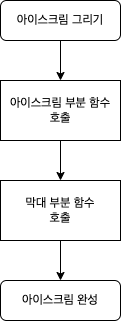
This is 순서도1.png from yagom-academy/swift-starter-Round1, a draw.io export, as it was before one commit. Source tidied: cells renumbered, new cells last; positions are measured from the earlier drawing's top-left corner, leaving out a move shared by most shapes. Source of this version:
```xml
<mxGraphModel>
  <root>
    <mxCell id="0" />
    <mxCell id="1" parent="0" />
    <mxCell id="2" style="edgeStyle=orthogonalEdgeStyle;rounded=0;jettySize=auto;html=1;" parent="1" edge="1" source="3" target="6">
      <mxGeometry relative="1" as="geometry" />
    </mxCell>
    <mxCell id="3" value="아이스크림 그리기" style="rounded=1;whiteSpace=wrap;html=1;fontSize=12;glass=0;strokeWidth=1;shadow=0;" parent="1" vertex="1">
      <mxGeometry width="120" height="40" as="geometry" />
    </mxCell>
    <mxCell id="4" value="아이스크림 완성" style="rounded=1;whiteSpace=wrap;html=1;fontSize=12;glass=0;strokeWidth=1;shadow=0;" parent="1" vertex="1">
      <mxGeometry y="280" width="120" height="40" as="geometry" />
    </mxCell>
    <mxCell id="5" style="edgeStyle=orthogonalEdgeStyle;rounded=0;jettySize=auto;html=1;" parent="1" edge="1" source="6" target="8">
      <mxGeometry relative="1" as="geometry" />
    </mxCell>
    <mxCell id="6" value="아이스크림 부분 함수&lt;br&gt;호출" style="whiteSpace=wrap;html=1;rounded=0;glass=0;strokeWidth=1;shadow=0;" parent="1" vertex="1">
      <mxGeometry y="80" width="120" height="60" as="geometry" />
    </mxCell>
    <mxCell id="7" style="edgeStyle=orthogonalEdgeStyle;rounded=0;jettySize=auto;html=1;" parent="1" edge="1" source="8" target="4">
      <mxGeometry relative="1" as="geometry" />
    </mxCell>
    <mxCell id="8" value="막대 부분 함수&lt;br&gt;호출" style="whiteSpace=wrap;html=1;rounded=0;glass=0;strokeWidth=1;shadow=0;" parent="1" vertex="1">
      <mxGeometry y="180" width="120" height="60" as="geometry" />
    </mxCell>
  </root>
</mxGraphModel>
```
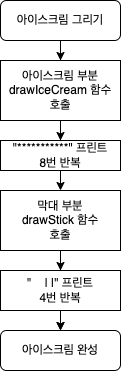
The same file after the commit.

Commit message:
docs: 순서도1.png 수정

The edit, as a diff of the source:
```diff
@@ -9,19 +9,34 @@
       <mxGeometry width="120" height="40" as="geometry" />
     </mxCell>
     <mxCell id="4" value="아이스크림 완성" style="rounded=1;whiteSpace=wrap;html=1;fontSize=12;glass=0;strokeWidth=1;shadow=0;" parent="1" vertex="1">
-      <mxGeometry y="280" width="120" height="40" as="geometry" />
+      <mxGeometry y="330" width="120" height="40" as="geometry" />
     </mxCell>
     <mxCell id="5" style="edgeStyle=orthogonalEdgeStyle;rounded=0;jettySize=auto;html=1;" parent="1" edge="1" source="6" target="8">
       <mxGeometry relative="1" as="geometry" />
     </mxCell>
+    <mxCell id="9" style="edgeStyle=orthogonalEdgeStyle;rounded=0;jettySize=auto;html=1;endArrow=classic;endFill=1;" parent="1" edge="1" source="6" target="12">
+      <mxGeometry relative="1" as="geometry" />
+    </mxCell>
-    <mxCell id="6" value="아이스크림 부분 함수&lt;br&gt;호출" style="whiteSpace=wrap;html=1;rounded=0;glass=0;strokeWidth=1;shadow=0;" parent="1" vertex="1">
-      <mxGeometry y="80" width="120" height="60" as="geometry" />
+    <mxCell id="6" value="아이스크림 부분&lt;br&gt;drawIceCream 함수&lt;br&gt;호출" style="whiteSpace=wrap;html=1;rounded=0;glass=0;strokeWidth=1;shadow=0;" parent="1" vertex="1">
+      <mxGeometry y="60" width="120" height="60" as="geometry" />
     </mxCell>
     <mxCell id="7" style="edgeStyle=orthogonalEdgeStyle;rounded=0;jettySize=auto;html=1;" parent="1" edge="1" source="8" target="4">
       <mxGeometry relative="1" as="geometry" />
     </mxCell>
+    <mxCell id="10" style="edgeStyle=orthogonalEdgeStyle;rounded=0;jettySize=auto;html=1;endArrow=classic;endFill=1;" parent="1" edge="1" source="8" target="13">
+      <mxGeometry relative="1" as="geometry" />
+    </mxCell>
+    <mxCell id="11" style="edgeStyle=orthogonalEdgeStyle;rounded=0;jettySize=auto;html=1;endArrow=classic;endFill=1;" parent="1" edge="1" source="8" target="4">
+      <mxGeometry relative="1" as="geometry" />
+    </mxCell>
-    <mxCell id="8" value="막대 부분 함수&lt;br&gt;호출" style="whiteSpace=wrap;html=1;rounded=0;glass=0;strokeWidth=1;shadow=0;" parent="1" vertex="1">
-      <mxGeometry y="180" width="120" height="60" as="geometry" />
+    <mxCell id="8" value="막대 부분&lt;br&gt;drawStick 함수&lt;br&gt;호출" style="whiteSpace=wrap;html=1;rounded=0;glass=0;strokeWidth=1;shadow=0;" parent="1" vertex="1">
+      <mxGeometry y="190" width="120" height="60" as="geometry" />
     </mxCell>
+    <mxCell id="12" value="&quot;***********&quot; 프린트&lt;br&gt;8번 반복" style="whiteSpace=wrap;html=1;rounded=0;glass=0;strokeWidth=1;shadow=0;" parent="1" vertex="1">
+      <mxGeometry y="140" width="120" height="30" as="geometry" />
+    </mxCell>
+    <mxCell id="13" value="&quot;&amp;nbsp; &amp;nbsp; | |&quot; 프린트&lt;br&gt;4번 반복" style="whiteSpace=wrap;html=1;rounded=0;glass=0;strokeWidth=1;shadow=0;" parent="1" vertex="1">
+      <mxGeometry y="270" width="120" height="40" as="geometry" />
+    </mxCell>
   </root>
 </mxGraphModel>
```
